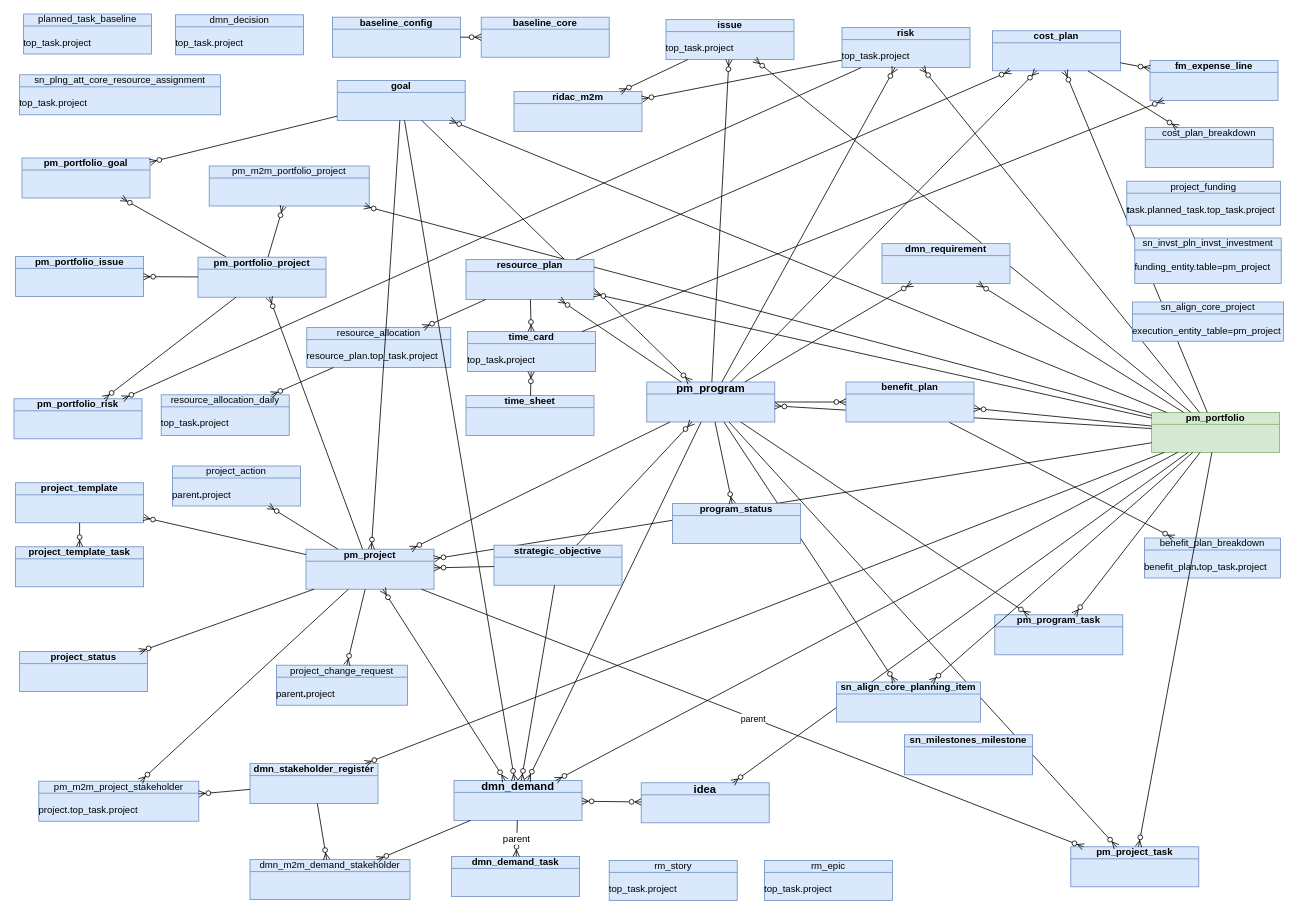
algimas/tmp keeps this draw.io diagram as page "allTables" (3 of 20) of Sar.drawio. Above is the earlier version. Source tidied: cells renumbered, new cells numbered last; positions are measured from the earlier drawing's top-left corner, leaving out a move shared by most shapes. Both pictures are drawn from the tidied source at 80%, with x=0, y=0 at pixel (14, 14).
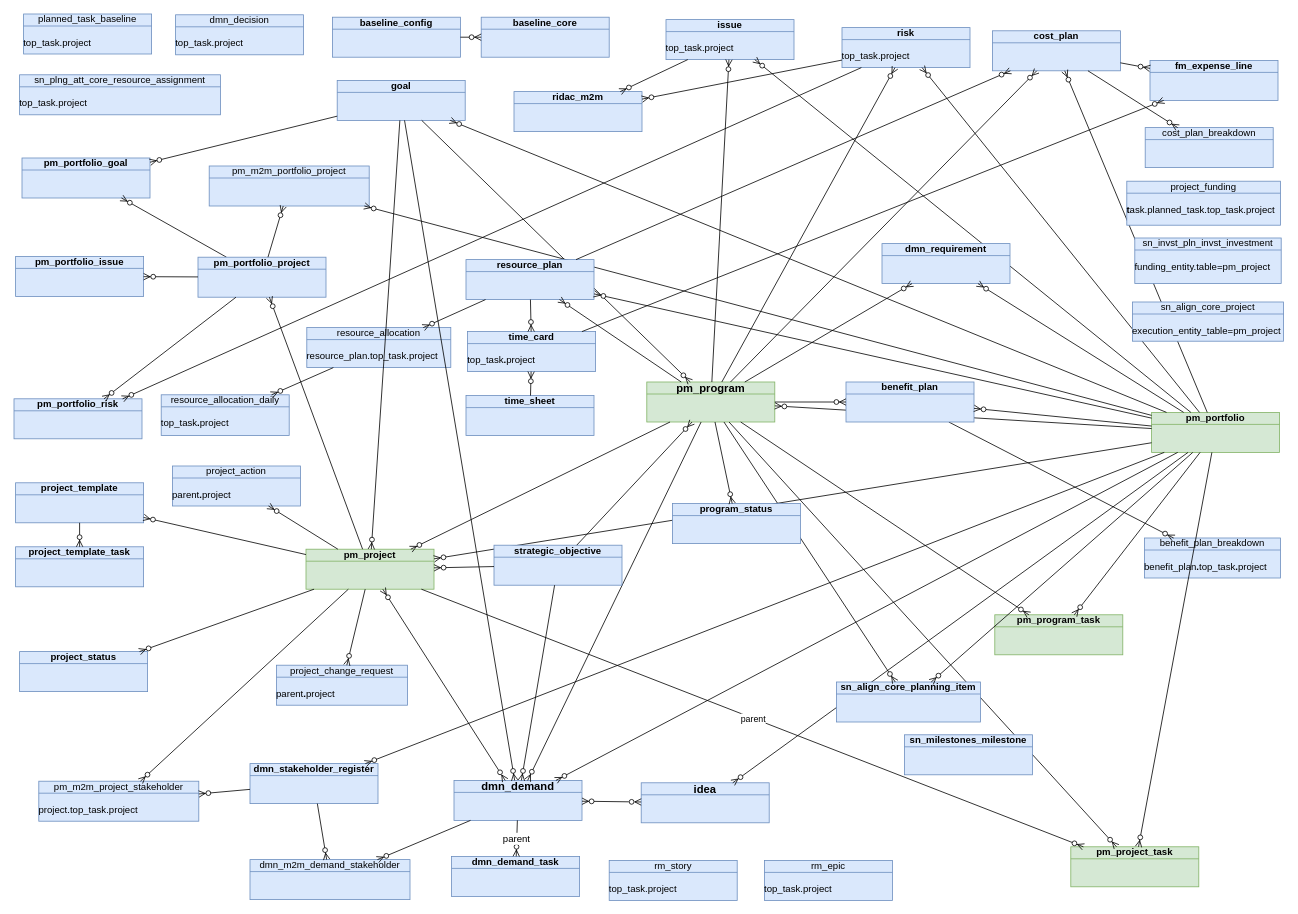
The same diagram, later.

What changed in the source:
```diff
@@
-    <mxCell id="9" value="pm_project" style="html=1;outlineConnect=0;whiteSpace=wrap;fillColor=#dae8fc;shape=mxgraph.archimate3.businessObject;overflow=fill;strokeColor=#6c8ebf;fontStyle=1;" parent="1" vertex="1">
+    <mxCell id="9" value="pm_project" style="html=1;outlineConnect=0;whiteSpace=wrap;fillColor=#d5e8d4;shape=mxgraph.archimate3.businessObject;overflow=fill;strokeColor=#82b366;fontStyle=1;" parent="1" vertex="1">
       <mxGeometry x="365" y="669" width="160" height="50" as="geometry" />
     </mxCell>
@@
-    <mxCell id="13" value="pm_program_task" style="html=1;outlineConnect=0;whiteSpace=wrap;fillColor=#dae8fc;shape=mxgraph.archimate3.businessObject;overflow=fill;strokeColor=#6c8ebf;fontStyle=1;" parent="1" vertex="1">
+    <mxCell id="13" value="pm_program_task" style="html=1;outlineConnect=0;whiteSpace=wrap;fillColor=#d5e8d4;shape=mxgraph.archimate3.businessObject;overflow=fill;strokeColor=#82b366;fontStyle=1;" parent="1" vertex="1">
       <mxGeometry x="1226" y="751" width="160" height="50" as="geometry" />
     </mxCell>
@@
-    <mxCell id="21" value="pm_project_task" style="html=1;outlineConnect=0;whiteSpace=wrap;fillColor=#dae8fc;shape=mxgraph.archimate3.businessObject;overflow=fill;strokeColor=#6c8ebf;fontStyle=1;" parent="1" vertex="1">
+    <mxCell id="21" value="pm_project_task" style="html=1;outlineConnect=0;whiteSpace=wrap;fillColor=#d5e8d4;shape=mxgraph.archimate3.businessObject;overflow=fill;strokeColor=#82b366;fontStyle=1;" parent="1" vertex="1">
       <mxGeometry x="1321" y="1041" width="160" height="50" as="geometry" />
     </mxCell>
@@
-    <mxCell id="33" value="pm_program" style="html=1;outlineConnect=0;whiteSpace=wrap;fillColor=#dae8fc;shape=mxgraph.archimate3.businessObject;overflow=fill;strokeColor=#6c8ebf;fontStyle=1;fontSize=14;" parent="1" vertex="1">
+    <mxCell id="33" value="pm_program" style="html=1;outlineConnect=0;whiteSpace=wrap;fillColor=#d5e8d4;shape=mxgraph.archimate3.businessObject;overflow=fill;strokeColor=#82b366;fontStyle=1;fontSize=14;" parent="1" vertex="1">
       <mxGeometry x="791" y="460" width="160" height="50" as="geometry" />
     </mxCell>
```
